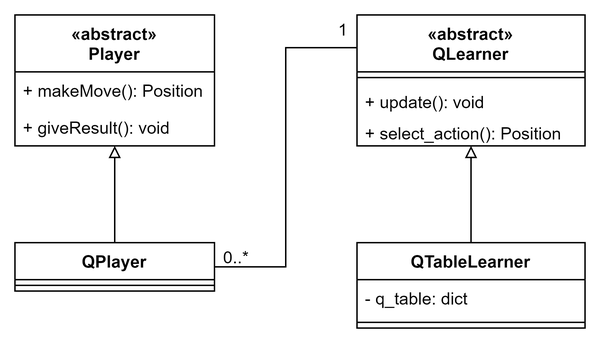
The draw.io diagram uml/QLearner/QLearner.drawio.png in 13Dexter31/TickTackToe_Ki, before a commit. Source tidied: cells renumbered, new cells last; positions are measured from the earlier drawing's top-left corner, leaving out a move shared by most shapes. Source of this version:
```xml
<mxGraphModel>
  <root>
    <mxCell id="0" />
    <mxCell id="1" parent="0" />
    <mxCell id="2" value="«abstract»&#10;Player" style="swimlane;fontStyle=1;horizontal=1;startSize=40;fillColor=none;" parent="1" vertex="1">
      <mxGeometry width="140" height="92" as="geometry" />
    </mxCell>
    <mxCell id="3" value="+ makeMove(): Position" style="text;strokeColor=none;fillColor=none;align=left;verticalAlign=top;spacingLeft=4;spacingRight=4;overflow=hidden;" parent="2" vertex="1">
      <mxGeometry y="40" width="140" height="26" as="geometry" />
    </mxCell>
    <mxCell id="4" value="+ giveResult(): void" style="text;strokeColor=none;fillColor=none;align=left;verticalAlign=top;spacingLeft=4;spacingRight=4;overflow=hidden;" parent="2" vertex="1">
      <mxGeometry y="66" width="140" height="26" as="geometry" />
    </mxCell>
    <mxCell id="5" style="edgeStyle=orthogonalEdgeStyle;rounded=0;jettySize=auto;html=1;exitX=0.5;exitY=0;exitDx=0;exitDy=0;endArrow=block;endFill=0;" parent="1" edge="1" source="6" target="9">
      <mxGeometry relative="1" as="geometry" />
    </mxCell>
    <mxCell id="6" value="QTableLearner" style="swimlane;fontStyle=1;align=center;verticalAlign=top;horizontal=1;startSize=26;" parent="1" vertex="1">
      <mxGeometry x="240" y="160" width="160" height="60" as="geometry" />
    </mxCell>
    <mxCell id="7" value="- q_table: dict" style="text;strokeColor=none;fillColor=none;align=left;verticalAlign=top;spacingLeft=4;spacingRight=4;overflow=hidden;points=[[0,0.5],[1,0.5]];portConstraint=eastwest;" parent="6" vertex="1">
      <mxGeometry y="26" width="160" height="26" as="geometry" />
    </mxCell>
    <mxCell id="8" style="line;strokeWidth=1;fillColor=none;align=left;verticalAlign=middle;spacingTop=-1;spacingLeft=3;spacingRight=3;labelPosition=right;" parent="6" vertex="1">
      <mxGeometry y="52" width="160" height="8" as="geometry" />
    </mxCell>
    <mxCell id="9" value="«abstract»&#10;QLearner" style="swimlane;fontStyle=1;align=center;verticalAlign=top;horizontal=1;startSize=40;" parent="1" vertex="1">
      <mxGeometry x="240" width="160" height="92" as="geometry" />
    </mxCell>
    <mxCell id="10" style="line;strokeWidth=1;fillColor=none;align=left;verticalAlign=middle;spacingTop=-1;spacingLeft=3;spacingRight=3;labelPosition=right;" parent="9" vertex="1">
      <mxGeometry y="40" width="160" height="8" as="geometry" />
    </mxCell>
    <mxCell id="11" value="+ update(): void" style="text;strokeColor=none;fillColor=none;align=left;verticalAlign=top;spacingLeft=4;spacingRight=4;overflow=hidden;" parent="9" vertex="1">
      <mxGeometry y="48" width="160" height="22" as="geometry" />
    </mxCell>
    <mxCell id="12" value="+ select_action(): Position" style="text;strokeColor=none;fillColor=none;align=left;verticalAlign=top;spacingLeft=4;spacingRight=4;overflow=hidden;" parent="9" vertex="1">
      <mxGeometry y="70" width="160" height="22" as="geometry" />
    </mxCell>
    <mxCell id="13" style="edgeStyle=orthogonalEdgeStyle;rounded=0;jettySize=auto;html=1;exitX=0.5;exitY=0;exitDx=0;exitDy=0;endArrow=block;endFill=0;" parent="1" edge="1" source="14" target="2">
      <mxGeometry relative="1" as="geometry" />
    </mxCell>
    <mxCell id="14" value="QPlayer" style="swimlane;fontStyle=1;align=center;verticalAlign=top;horizontal=1;startSize=26;" parent="1" vertex="1">
      <mxGeometry y="160" width="140" height="34" as="geometry" />
    </mxCell>
    <mxCell id="15" style="line;strokeWidth=1;fillColor=none;align=left;verticalAlign=middle;spacingTop=-1;spacingLeft=3;spacingRight=3;labelPosition=right;" parent="14" vertex="1">
      <mxGeometry y="26" width="140" height="8" as="geometry" />
    </mxCell>
    <mxCell id="16" style="edgeStyle=orthogonalEdgeStyle;rounded=0;jettySize=auto;html=1;entryX=0;entryY=0.25;entryDx=0;entryDy=0;endArrow=none;endFill=0;exitX=1;exitY=0.5;exitDx=0;exitDy=0;" parent="1" edge="1" source="14" target="9">
      <mxGeometry relative="1" as="geometry" />
    </mxCell>
    <mxCell id="17" value="1" style="text;html=1;align=center;verticalAlign=middle;strokeColor=none;fillColor=none;" parent="1" vertex="1">
      <mxGeometry x="220" width="20" height="20" as="geometry" />
    </mxCell>
    <mxCell id="18" value="0..*" style="text;html=1;align=center;verticalAlign=middle;strokeColor=none;fillColor=none;" parent="1" vertex="1">
      <mxGeometry x="140" y="160" width="30" height="20" as="geometry" />
    </mxCell>
  </root>
</mxGraphModel>
```
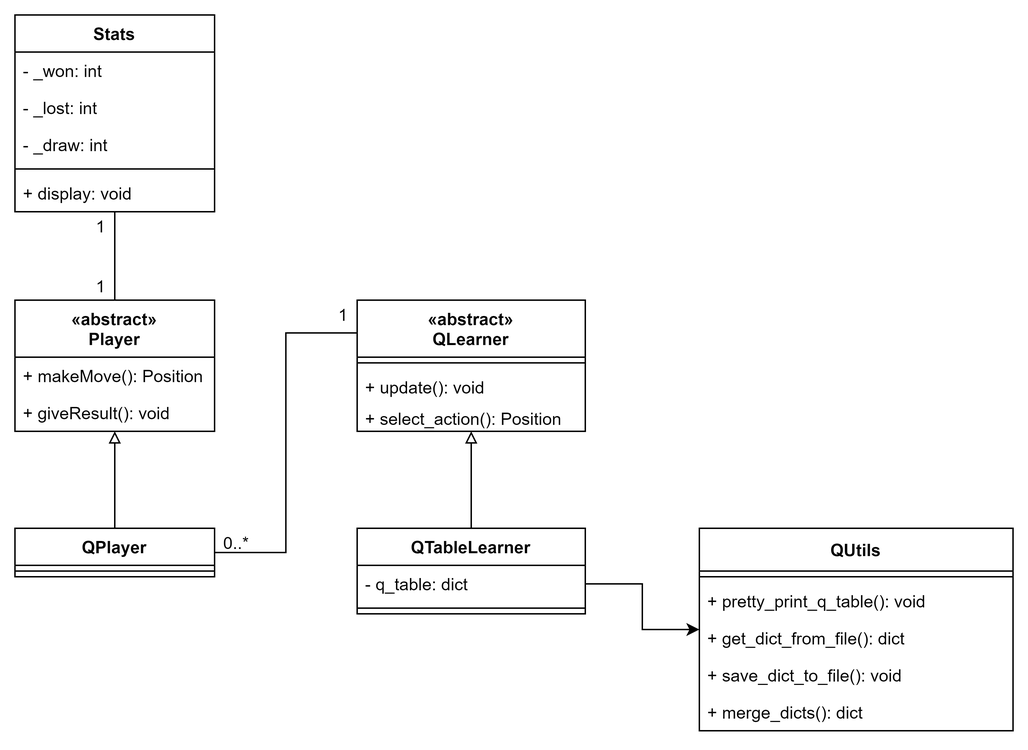
Later version of the same file.

Diff of the diagram source:
```diff
@@ -2,6 +2,9 @@
   <root>
     <mxCell id="0" />
     <mxCell id="1" parent="0" />
+    <mxCell id="19" style="edgeStyle=orthogonalEdgeStyle;rounded=0;jettySize=auto;html=1;exitX=0.5;exitY=0;exitDx=0;exitDy=0;endArrow=none;endFill=0;" parent="1" edge="1" source="2" target="27">
+      <mxGeometry relative="1" as="geometry" />
+    </mxCell>
     <mxCell id="2" value="«abstract»&#10;Player" style="swimlane;fontStyle=1;horizontal=1;startSize=40;fillColor=none;" parent="1" vertex="1">
       <mxGeometry width="140" height="92" as="geometry" />
     </mxCell>
@@ -53,5 +56,50 @@
     <mxCell id="18" value="0..*" style="text;html=1;align=center;verticalAlign=middle;strokeColor=none;fillColor=none;" parent="1" vertex="1">
       <mxGeometry x="140" y="160" width="30" height="20" as="geometry" />
     </mxCell>
+    <mxCell id="20" value="QUtils" style="swimlane;fontStyle=1;horizontal=1;startSize=30;fillColor=none;" parent="1" vertex="1">
+      <mxGeometry x="480" y="160" width="220" height="142" as="geometry" />
+    </mxCell>
+    <mxCell id="21" style="line;strokeWidth=1;fillColor=none;align=left;verticalAlign=middle;spacingTop=-1;spacingLeft=3;spacingRight=3;labelPosition=right;" parent="20" vertex="1">
+      <mxGeometry y="30" width="220" height="8" as="geometry" />
+    </mxCell>
+    <mxCell id="22" value="+ pretty_print_q_table(): void" style="text;strokeColor=none;fillColor=none;align=left;verticalAlign=top;spacingLeft=4;spacingRight=4;overflow=hidden;" parent="20" vertex="1">
+      <mxGeometry y="38" width="220" height="26" as="geometry" />
+    </mxCell>
+    <mxCell id="23" value="+ get_dict_from_file(): dict" style="text;strokeColor=none;fillColor=none;align=left;verticalAlign=top;spacingLeft=4;spacingRight=4;overflow=hidden;" parent="20" vertex="1">
+      <mxGeometry y="64" width="220" height="26" as="geometry" />
+    </mxCell>
+    <mxCell id="24" value="+ save_dict_to_file(): void" style="text;strokeColor=none;fillColor=none;align=left;verticalAlign=top;spacingLeft=4;spacingRight=4;overflow=hidden;" parent="20" vertex="1">
+      <mxGeometry y="90" width="220" height="26" as="geometry" />
+    </mxCell>
+    <mxCell id="25" value="+ merge_dicts(): dict" style="text;strokeColor=none;fillColor=none;align=left;verticalAlign=top;spacingLeft=4;spacingRight=4;overflow=hidden;" parent="20" vertex="1">
+      <mxGeometry y="116" width="220" height="26" as="geometry" />
+    </mxCell>
+    <mxCell id="26" style="edgeStyle=orthogonalEdgeStyle;rounded=0;jettySize=auto;html=1;exitX=1;exitY=0.5;exitDx=0;exitDy=0;" parent="1" edge="1" source="7" target="20">
+      <mxGeometry relative="1" as="geometry" />
+    </mxCell>
+    <mxCell id="27" value="Stats" style="swimlane;fontStyle=1;align=center;verticalAlign=top;horizontal=1;startSize=26;" parent="1" vertex="1">
+      <mxGeometry y="-200" width="140" height="138" as="geometry" />
+    </mxCell>
+    <mxCell id="28" value="- _won: int" style="text;strokeColor=none;fillColor=none;align=left;verticalAlign=top;spacingLeft=4;spacingRight=4;overflow=hidden;" parent="27" vertex="1">
+      <mxGeometry y="26" width="140" height="26" as="geometry" />
+    </mxCell>
+    <mxCell id="29" value="- _lost: int" style="text;strokeColor=none;fillColor=none;align=left;verticalAlign=top;spacingLeft=4;spacingRight=4;overflow=hidden;" parent="27" vertex="1">
+      <mxGeometry y="52" width="140" height="26" as="geometry" />
+    </mxCell>
+    <mxCell id="30" value="- _draw: int" style="text;strokeColor=none;fillColor=none;align=left;verticalAlign=top;spacingLeft=4;spacingRight=4;overflow=hidden;" parent="27" vertex="1">
+      <mxGeometry y="78" width="140" height="26" as="geometry" />
+    </mxCell>
+    <mxCell id="31" style="line;strokeWidth=1;fillColor=none;align=left;verticalAlign=middle;spacingTop=-1;spacingLeft=3;spacingRight=3;labelPosition=right;" parent="27" vertex="1">
+      <mxGeometry y="104" width="140" height="8" as="geometry" />
+    </mxCell>
+    <mxCell id="32" value="+ display: void" style="text;strokeColor=none;fillColor=none;align=left;verticalAlign=top;spacingLeft=4;spacingRight=4;overflow=hidden;" parent="27" vertex="1">
+      <mxGeometry y="112" width="140" height="26" as="geometry" />
+    </mxCell>
+    <mxCell id="33" value="1" style="text;html=1;align=center;verticalAlign=middle;strokeColor=none;fillColor=none;" parent="1" vertex="1">
+      <mxGeometry x="50" y="-62" width="20" height="20" as="geometry" />
+    </mxCell>
+    <mxCell id="34" value="1" style="text;html=1;align=center;verticalAlign=middle;strokeColor=none;fillColor=none;" parent="1" vertex="1">
+      <mxGeometry x="50" y="-20" width="20" height="20" as="geometry" />
+    </mxCell>
   </root>
 </mxGraphModel>
```
